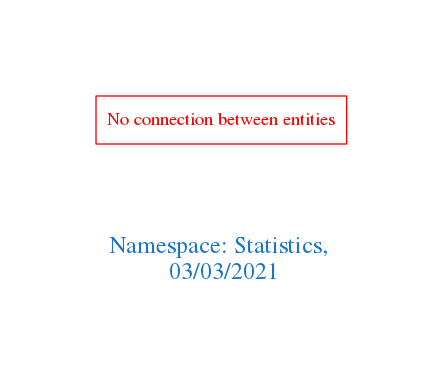
The Graphviz diagram downloads/Statistics.png in arago/OGIT, before a commit. Its source is kept beside it as downloads/Statistics.dot.
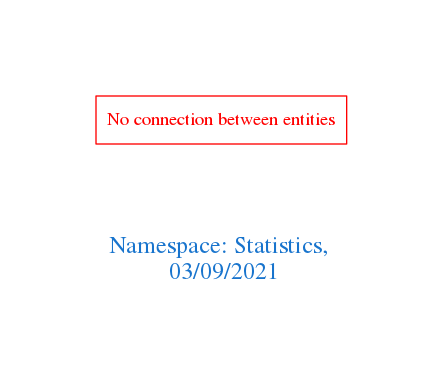
Later version of the same file.

Change to the diagram source:
```diff
@@ -1,7 +1,7 @@
 digraph OGIT_ontology {
  graph [ rankdir= LR,pad=1
 fontsize = 18,
-fontcolor= dodgerblue3,label = "\n\n\nNamespace: Statistics, \n 03/03/2021"];
+fontcolor= dodgerblue3,label = "\n\n\nNamespace: Statistics, \n 03/09/2021"];
 node[shape=polygon];
 edge [  color="gray81"];
 
```
